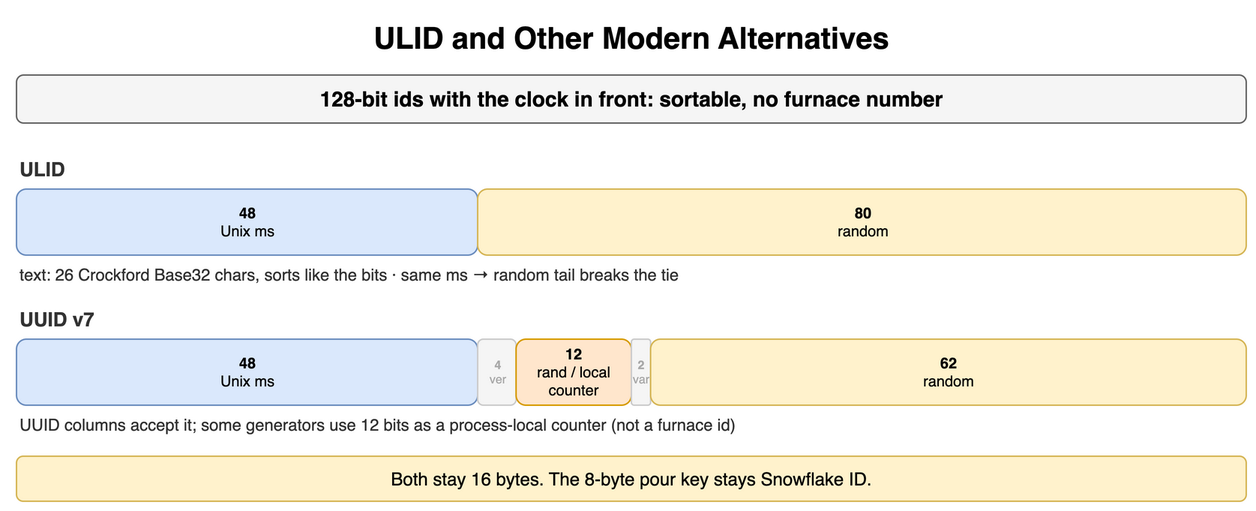
The draw.io diagram content/09_System_Design_Interview/19_Unique_ID_Generation/diagrams/unique-id-6-ulid-and-other-modern-alternatives.png in amendez13/swe-study-guide, before a commit. Source tidied: cells renumbered, new cells last; positions are measured from the earlier drawing's top-left corner, leaving out a move shared by most shapes.
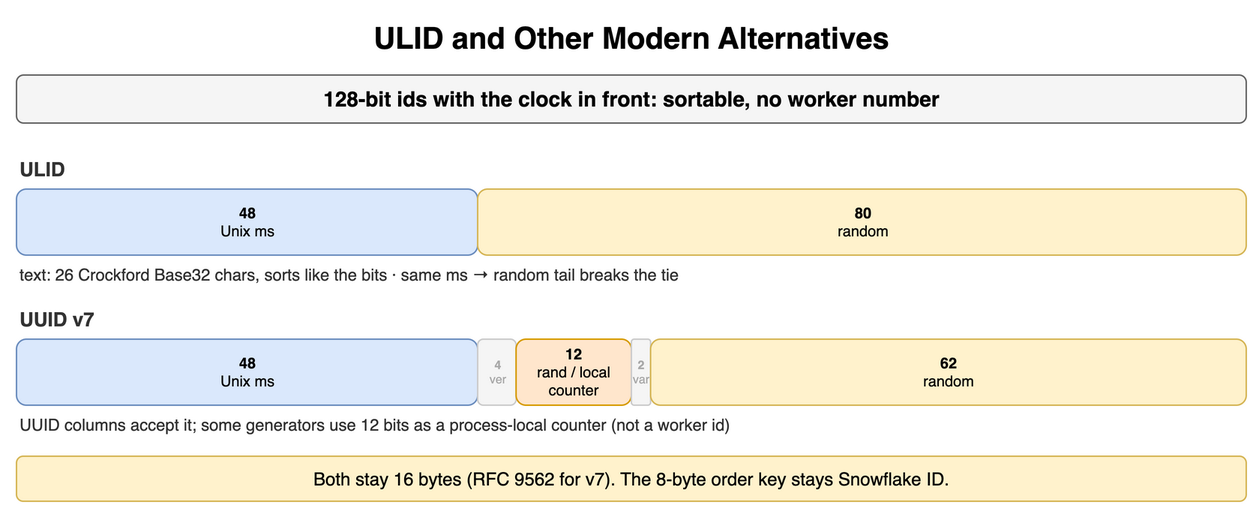
The same file after the commit.

Change to the diagram source:
```diff
@@ -5,7 +5,7 @@
     <mxCell id="2" value="ULID and Other Modern Alternatives" style="text;html=1;align=center;verticalAlign=middle;whiteSpace=wrap;fontSize=20;fontStyle=1;" parent="1" vertex="1">
       <mxGeometry width="820" height="30" as="geometry" />
     </mxCell>
-    <mxCell id="3" value="128-bit ids with the clock in front: sortable, no furnace number" style="rounded=1;whiteSpace=wrap;html=1;fillColor=#f5f5f5;strokeColor=#666666;fontStyle=1;fontSize=14;" parent="1" vertex="1">
+    <mxCell id="3" value="128-bit ids with the clock in front: sortable, no worker number" style="rounded=1;whiteSpace=wrap;html=1;fillColor=#f5f5f5;strokeColor=#666666;fontStyle=1;fontSize=14;" parent="1" vertex="1">
       <mxGeometry y="40" width="820" height="32" as="geometry" />
     </mxCell>
     <mxCell id="4" value="ULID" style="text;html=1;whiteSpace=wrap;fontSize=11;align=left;verticalAlign=middle;fontSize=13;fontColor=#333333;fontStyle=1;" parent="1" vertex="1">
@@ -38,10 +38,10 @@
     <mxCell id="13" value="62&lt;br&gt;&lt;span style='font-weight:normal'&gt;random&lt;/span&gt;" style="rounded=1;whiteSpace=wrap;html=1;fillColor=#fff2cc;strokeColor=#d6b656;fontSize=10;align=center;fontStyle=1;" parent="1" vertex="1">
       <mxGeometry x="422.8" y="216" width="397.2" height="44" as="geometry" />
     </mxCell>
-    <mxCell id="14" value="UUID columns accept it; some generators use 12 bits as a process-local counter (not a furnace id)" style="text;html=1;whiteSpace=wrap;fontSize=11;align=left;verticalAlign=middle;fontSize=11;fontColor=#333333;" parent="1" vertex="1">
+    <mxCell id="14" value="UUID columns accept it; some generators use 12 bits as a process-local counter (not a worker id)" style="text;html=1;whiteSpace=wrap;fontSize=11;align=left;verticalAlign=middle;fontSize=11;fontColor=#333333;" parent="1" vertex="1">
       <mxGeometry y="264" width="820" height="18" as="geometry" />
     </mxCell>
-    <mxCell id="15" value="Both stay 16 bytes. The 8-byte pour key stays Snowflake ID." style="rounded=1;whiteSpace=wrap;html=1;fillColor=#fff2cc;strokeColor=#d6b656;fontSize=12;align=center;" parent="1" vertex="1">
+    <mxCell id="15" value="Both stay 16 bytes (RFC 9562 for v7). The 8-byte order key stays Snowflake ID." style="rounded=1;whiteSpace=wrap;html=1;fillColor=#fff2cc;strokeColor=#d6b656;fontSize=12;align=center;" parent="1" vertex="1">
       <mxGeometry y="294" width="820" height="30" as="geometry" />
     </mxCell>
   </root>
```
